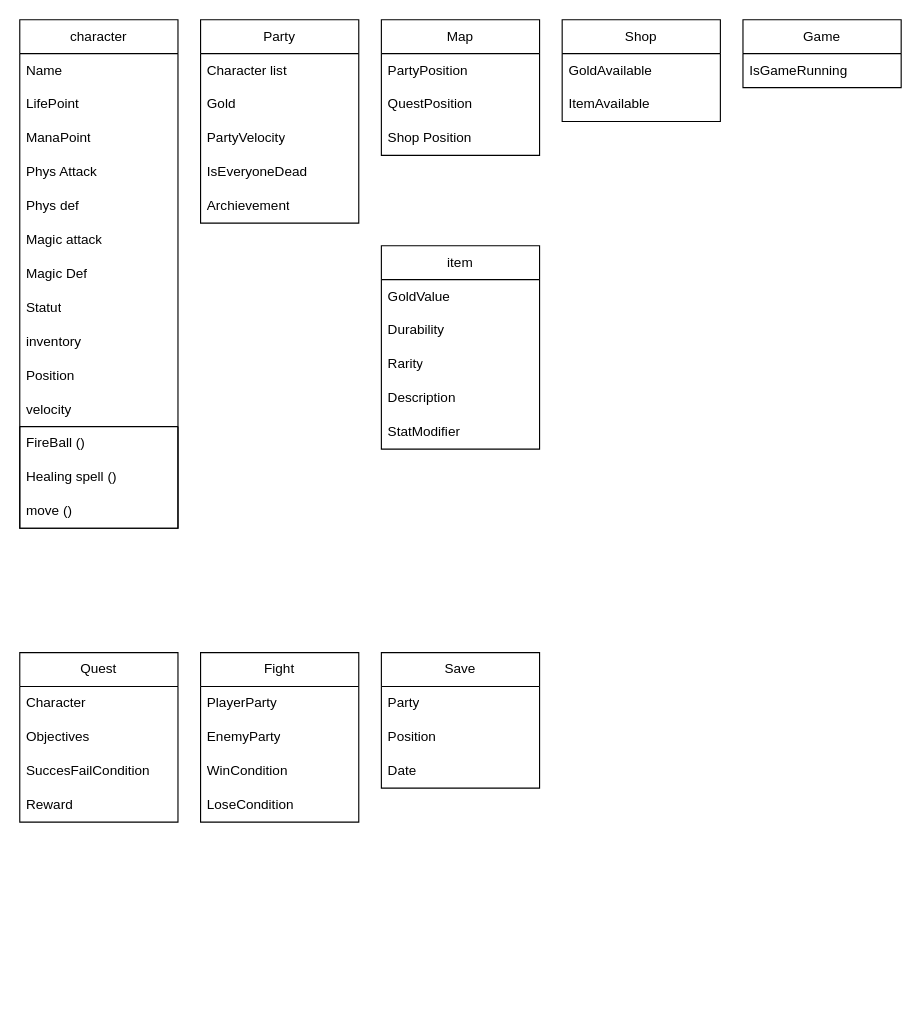
Above: Doc/diagramme des classes.drawio in JordanMufc/POO-STJ (draw.io), before the change. Source tidied: cells renumbered, new cells numbered last; positions are measured from the earlier drawing's top-left corner, leaving out a move shared by most shapes. Both pictures are drawn from the tidied source at 113%, with x=0, y=0 at pixel (19, 19).
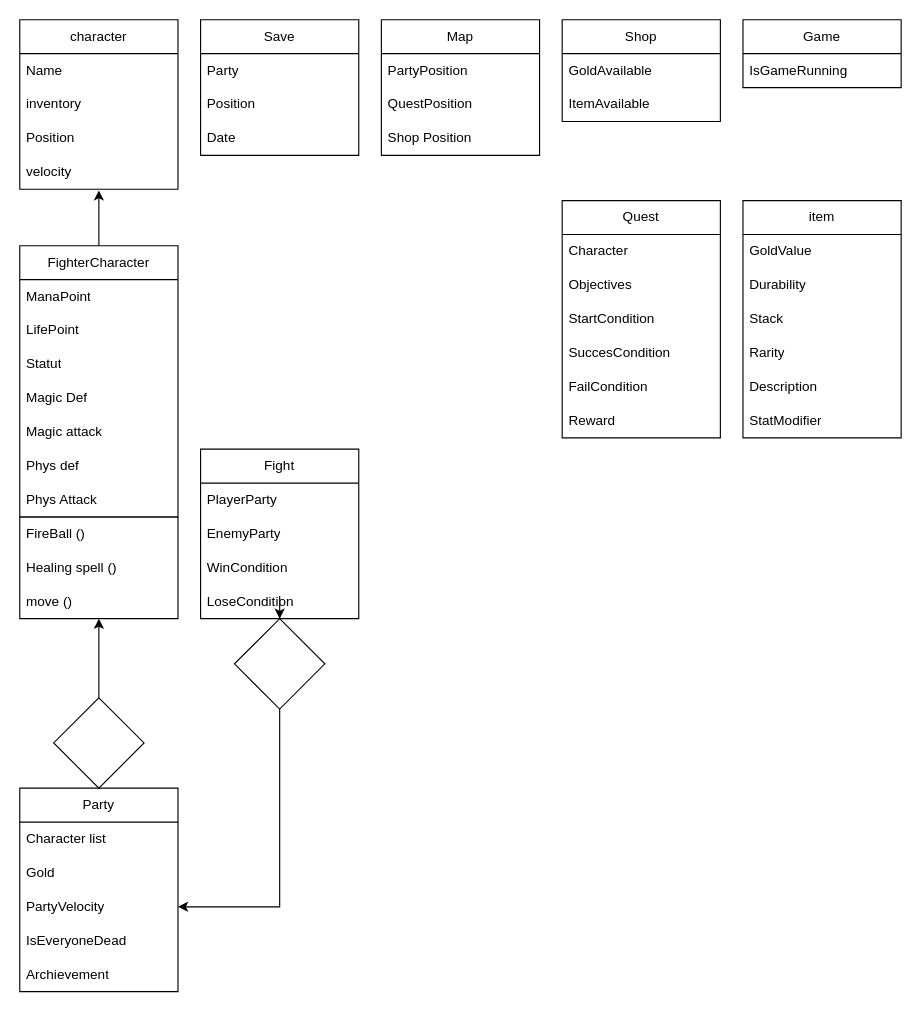
The same page after the edit.

Commit message:
IMP: Diagramme

The change refers to these unchanged cells:
```xml
<mxCell id="46" value="PartyVelocity" style="text;strokeColor=none;fillColor=none;align=left;verticalAlign=middle;spacingLeft=4;spacingRight=4;overflow=hidden;points=[[0,0.5],[1,0.5]];portConstraint=eastwest;whiteSpace=wrap;html=1;" parent="43" vertex="1">
  <mxGeometry y="90" width="140" height="30" as="geometry" />
</mxCell>
```

Change to the diagram source:
```diff
@@
     <mxCell id="2" value="character" style="swimlane;fontStyle=0;horizontal=1;startSize=30;whiteSpace=wrap;html=1;" parent="1" vertex="1">
-      <mxGeometry width="140" height="450" as="geometry" />
+      <mxGeometry width="140" height="150" as="geometry" />
     </mxCell>
@@
-    <mxCell id="4" value="LifePoint" style="text;strokeColor=none;fillColor=none;align=left;verticalAlign=middle;spacingLeft=4;spacingRight=4;overflow=hidden;whiteSpace=wrap;html=1;" parent="2" vertex="1">
-      <mxGeometry y="60" width="140" height="30" as="geometry" />
-    </mxCell>
-    <mxCell id="5" value="ManaPoint" style="text;strokeColor=none;fillColor=none;align=left;verticalAlign=middle;spacingLeft=4;spacingRight=4;overflow=hidden;whiteSpace=wrap;html=1;" parent="2" vertex="1">
-      <mxGeometry y="90" width="140" height="30" as="geometry" />
-    </mxCell>
-    <mxCell id="6" value="Phys Attack" style="text;strokeColor=none;fillColor=none;align=left;verticalAlign=middle;spacingLeft=4;spacingRight=4;overflow=hidden;whiteSpace=wrap;html=1;" parent="2" vertex="1">
-      <mxGeometry y="120" width="140" height="30" as="geometry" />
-    </mxCell>
-    <mxCell id="7" value="Phys def" style="text;strokeColor=none;fillColor=none;align=left;verticalAlign=middle;spacingLeft=4;spacingRight=4;overflow=hidden;whiteSpace=wrap;html=1;" parent="2" vertex="1">
-      <mxGeometry y="150" width="140" height="30" as="geometry" />
-    </mxCell>
-    <mxCell id="8" value="Magic attack" style="text;strokeColor=none;fillColor=none;align=left;verticalAlign=middle;spacingLeft=4;spacingRight=4;overflow=hidden;whiteSpace=wrap;html=1;" parent="2" vertex="1">
-      <mxGeometry y="180" width="140" height="30" as="geometry" />
-    </mxCell>
-    <mxCell id="9" value="Magic Def" style="text;strokeColor=none;fillColor=none;align=left;verticalAlign=middle;spacingLeft=4;spacingRight=4;overflow=hidden;whiteSpace=wrap;html=1;" parent="2" vertex="1">
-      <mxGeometry y="210" width="140" height="30" as="geometry" />
-    </mxCell>
-    <mxCell id="10" value="Statut" style="text;strokeColor=none;fillColor=none;align=left;verticalAlign=middle;spacingLeft=4;spacingRight=4;overflow=hidden;whiteSpace=wrap;html=1;" parent="2" vertex="1">
-      <mxGeometry y="240" width="140" height="30" as="geometry" />
-    </mxCell>
     <mxCell id="11" value="inventory" style="text;strokeColor=none;fillColor=none;align=left;verticalAlign=middle;spacingLeft=4;spacingRight=4;overflow=hidden;whiteSpace=wrap;html=1;" parent="2" vertex="1">
-      <mxGeometry y="270" width="140" height="30" as="geometry" />
+      <mxGeometry y="60" width="140" height="30" as="geometry" />
     </mxCell>
     <mxCell id="12" value="Position" style="text;strokeColor=none;fillColor=none;align=left;verticalAlign=middle;spacingLeft=4;spacingRight=4;overflow=hidden;whiteSpace=wrap;html=1;" parent="2" vertex="1">
-      <mxGeometry y="300" width="140" height="30" as="geometry" />
+      <mxGeometry y="90" width="140" height="30" as="geometry" />
     </mxCell>
     <mxCell id="13" value="velocity" style="text;strokeColor=none;fillColor=none;align=left;verticalAlign=middle;spacingLeft=4;spacingRight=4;overflow=hidden;points=[[0,0.5],[1,0.5]];portConstraint=eastwest;whiteSpace=wrap;html=1;" parent="2" vertex="1">
-      <mxGeometry y="330" width="140" height="30" as="geometry" />
+      <mxGeometry y="120" width="140" height="30" as="geometry" />
     </mxCell>
-    <mxCell id="14" style="swimlane;startSize=0;" parent="2" vertex="1">
-      <mxGeometry y="360" width="140" height="90" as="geometry" />
-    </mxCell>
-    <mxCell id="15" value="FireBall ()" style="text;strokeColor=none;fillColor=none;align=left;verticalAlign=middle;spacingLeft=4;spacingRight=4;overflow=hidden;whiteSpace=wrap;html=1;" parent="14" vertex="1">
-      <mxGeometry width="140" height="30" as="geometry" />
-    </mxCell>
-    <mxCell id="16" value="Healing spell ()" style="text;strokeColor=none;fillColor=none;align=left;verticalAlign=middle;spacingLeft=4;spacingRight=4;overflow=hidden;whiteSpace=wrap;html=1;" parent="14" vertex="1">
-      <mxGeometry y="30" width="140" height="30" as="geometry" />
-    </mxCell>
-    <mxCell id="17" value="move ()" style="text;strokeColor=none;fillColor=none;align=left;verticalAlign=middle;spacingLeft=4;spacingRight=4;overflow=hidden;whiteSpace=wrap;html=1;" parent="14" vertex="1">
-      <mxGeometry y="60" width="80" height="30" as="geometry" />
-    </mxCell>
@@
     <mxCell id="20" value="Quest" style="swimlane;fontStyle=0;horizontal=1;startSize=30;whiteSpace=wrap;html=1;" parent="1" vertex="1">
-      <mxGeometry y="560" width="140" height="150" as="geometry" />
+      <mxGeometry x="480" y="160" width="140" height="210" as="geometry" />
     </mxCell>
@@
+    <mxCell id="53" value="StartCondition" style="text;strokeColor=none;fillColor=none;align=left;verticalAlign=middle;spacingLeft=4;spacingRight=4;overflow=hidden;whiteSpace=wrap;html=1;" parent="20" vertex="1">
+      <mxGeometry y="90" width="140" height="30" as="geometry" />
+    </mxCell>
-    <mxCell id="23" value="SuccesFailCondition" style="text;strokeColor=none;fillColor=none;align=left;verticalAlign=middle;spacingLeft=4;spacingRight=4;overflow=hidden;whiteSpace=wrap;html=1;" parent="20" vertex="1">
-      <mxGeometry y="90" width="140" height="30" as="geometry" />
+    <mxCell id="23" value="SuccesCondition" style="text;strokeColor=none;fillColor=none;align=left;verticalAlign=middle;spacingLeft=4;spacingRight=4;overflow=hidden;whiteSpace=wrap;html=1;" parent="20" vertex="1">
+      <mxGeometry y="120" width="140" height="30" as="geometry" />
     </mxCell>
+    <mxCell id="54" value="FailCondition" style="text;strokeColor=none;fillColor=none;align=left;verticalAlign=middle;spacingLeft=4;spacingRight=4;overflow=hidden;whiteSpace=wrap;html=1;" parent="20" vertex="1">
+      <mxGeometry y="150" width="140" height="30" as="geometry" />
+    </mxCell>
     <mxCell id="24" value="Reward" style="text;strokeColor=none;fillColor=none;align=left;verticalAlign=middle;spacingLeft=4;spacingRight=4;overflow=hidden;whiteSpace=wrap;html=1;" parent="20" vertex="1">
-      <mxGeometry y="120" width="140" height="30" as="geometry" />
+      <mxGeometry y="180" width="140" height="30" as="geometry" />
     </mxCell>
     <mxCell id="25" value="item" style="swimlane;fontStyle=0;horizontal=1;startSize=30;whiteSpace=wrap;html=1;" parent="1" vertex="1">
-      <mxGeometry x="320" y="200" width="140" height="180" as="geometry" />
+      <mxGeometry x="640" y="160" width="140" height="210" as="geometry" />
     </mxCell>
@@
+    <mxCell id="55" value="Stack" style="text;strokeColor=none;fillColor=none;align=left;verticalAlign=middle;spacingLeft=4;spacingRight=4;overflow=hidden;whiteSpace=wrap;html=1;" parent="25" vertex="1">
+      <mxGeometry y="90" width="140" height="30" as="geometry" />
+    </mxCell>
     <mxCell id="28" value="Rarity" style="text;strokeColor=none;fillColor=none;align=left;verticalAlign=middle;spacingLeft=4;spacingRight=4;overflow=hidden;whiteSpace=wrap;html=1;" parent="25" vertex="1">
-      <mxGeometry y="90" width="140" height="30" as="geometry" />
+      <mxGeometry y="120" width="140" height="30" as="geometry" />
     </mxCell>
     <mxCell id="29" value="Description" style="text;strokeColor=none;fillColor=none;align=left;verticalAlign=middle;spacingLeft=4;spacingRight=4;overflow=hidden;whiteSpace=wrap;html=1;" parent="25" vertex="1">
-      <mxGeometry y="120" width="140" height="30" as="geometry" />
+      <mxGeometry y="150" width="140" height="30" as="geometry" />
     </mxCell>
     <mxCell id="30" value="StatModifier" style="text;strokeColor=none;fillColor=none;align=left;verticalAlign=middle;spacingLeft=4;spacingRight=4;overflow=hidden;whiteSpace=wrap;html=1;" parent="25" vertex="1">
-      <mxGeometry y="150" width="140" height="30" as="geometry" />
+      <mxGeometry y="180" width="140" height="30" as="geometry" />
     </mxCell>
+    <mxCell id="56" style="edgeStyle=orthogonalEdgeStyle;rounded=0;jettySize=auto;html=1;" parent="1" edge="1" source="31" target="63">
+      <mxGeometry relative="1" as="geometry" />
+    </mxCell>
     <mxCell id="31" value="Fight" style="swimlane;fontStyle=0;horizontal=1;startSize=30;whiteSpace=wrap;html=1;" parent="1" vertex="1">
-      <mxGeometry x="160" y="560" width="140" height="150" as="geometry" />
+      <mxGeometry x="160" y="380" width="140" height="150" as="geometry" />
     </mxCell>
@@
     <mxCell id="39" value="Save" style="swimlane;fontStyle=0;horizontal=1;startSize=30;whiteSpace=wrap;html=1;" parent="1" vertex="1">
-      <mxGeometry x="320" y="560" width="140" height="120" as="geometry" />
+      <mxGeometry x="160" width="140" height="120" as="geometry" />
     </mxCell>
@@
+    <mxCell id="57" style="edgeStyle=orthogonalEdgeStyle;rounded=0;jettySize=auto;html=1;" parent="1" edge="1" source="43" target="59">
+      <mxGeometry relative="1" as="geometry" />
+    </mxCell>
     <mxCell id="43" value="Party" style="swimlane;fontStyle=0;horizontal=1;startSize=30;whiteSpace=wrap;html=1;" parent="1" vertex="1">
-      <mxGeometry x="160" width="140" height="180" as="geometry" />
+      <mxGeometry y="680" width="140" height="180" as="geometry" />
     </mxCell>
@@
+    <mxCell id="58" value="FighterCharacter" style="swimlane;fontStyle=0;horizontal=1;startSize=30;whiteSpace=wrap;html=1;" parent="1" vertex="1">
+      <mxGeometry y="200" width="140" height="240" as="geometry" />
+    </mxCell>
+    <mxCell id="5" value="ManaPoint" style="text;strokeColor=none;fillColor=none;align=left;verticalAlign=middle;spacingLeft=4;spacingRight=4;overflow=hidden;whiteSpace=wrap;html=1;" parent="58" vertex="1">
+      <mxGeometry y="30" width="140" height="30" as="geometry" />
+    </mxCell>
+    <mxCell id="4" value="LifePoint" style="text;strokeColor=none;fillColor=none;align=left;verticalAlign=middle;spacingLeft=4;spacingRight=4;overflow=hidden;whiteSpace=wrap;html=1;" parent="58" vertex="1">
+      <mxGeometry y="60" width="140" height="30" as="geometry" />
+    </mxCell>
+    <mxCell id="10" value="Statut" style="text;strokeColor=none;fillColor=none;align=left;verticalAlign=middle;spacingLeft=4;spacingRight=4;overflow=hidden;whiteSpace=wrap;html=1;" parent="58" vertex="1">
+      <mxGeometry y="90" width="140" height="30" as="geometry" />
+    </mxCell>
+    <mxCell id="9" value="Magic Def" style="text;strokeColor=none;fillColor=none;align=left;verticalAlign=middle;spacingLeft=4;spacingRight=4;overflow=hidden;whiteSpace=wrap;html=1;" parent="58" vertex="1">
+      <mxGeometry y="120" width="140" height="30" as="geometry" />
+    </mxCell>
+    <mxCell id="8" value="Magic attack" style="text;strokeColor=none;fillColor=none;align=left;verticalAlign=middle;spacingLeft=4;spacingRight=4;overflow=hidden;whiteSpace=wrap;html=1;" parent="58" vertex="1">
+      <mxGeometry y="150" width="140" height="30" as="geometry" />
+    </mxCell>
+    <mxCell id="7" value="Phys def" style="text;strokeColor=none;fillColor=none;align=left;verticalAlign=middle;spacingLeft=4;spacingRight=4;overflow=hidden;whiteSpace=wrap;html=1;" parent="58" vertex="1">
+      <mxGeometry y="180" width="140" height="30" as="geometry" />
+    </mxCell>
+    <mxCell id="6" value="Phys Attack" style="text;strokeColor=none;fillColor=none;align=left;verticalAlign=middle;spacingLeft=4;spacingRight=4;overflow=hidden;whiteSpace=wrap;html=1;" parent="58" vertex="1">
+      <mxGeometry y="210" width="140" height="30" as="geometry" />
+    </mxCell>
+    <mxCell id="59" style="rhombus;whiteSpace=wrap;html=1;fontStyle=0;startSize=30;" parent="1" vertex="1">
+      <mxGeometry x="30" y="600" width="80" height="80" as="geometry" />
+    </mxCell>
+    <mxCell id="60" style="endArrow=classic;html=1;rounded=0;exitX=0.5;exitY=0;exitDx=0;exitDy=0;entryX=0.5;entryY=1;entryDx=0;entryDy=0;" parent="1" edge="1" source="59" target="14">
+      <mxGeometry relative="1" as="geometry" />
+    </mxCell>
+    <mxCell id="14" style="swimlane;startSize=0;" parent="1" vertex="1">
+      <mxGeometry y="440" width="140" height="90" as="geometry" />
+    </mxCell>
+    <mxCell id="15" value="FireBall ()" style="text;strokeColor=none;fillColor=none;align=left;verticalAlign=middle;spacingLeft=4;spacingRight=4;overflow=hidden;whiteSpace=wrap;html=1;" parent="14" vertex="1">
+      <mxGeometry width="140" height="30" as="geometry" />
+    </mxCell>
+    <mxCell id="16" value="Healing spell ()" style="text;strokeColor=none;fillColor=none;align=left;verticalAlign=middle;spacingLeft=4;spacingRight=4;overflow=hidden;whiteSpace=wrap;html=1;" parent="14" vertex="1">
+      <mxGeometry y="30" width="140" height="30" as="geometry" />
+    </mxCell>
+    <mxCell id="17" value="move ()" style="text;strokeColor=none;fillColor=none;align=left;verticalAlign=middle;spacingLeft=4;spacingRight=4;overflow=hidden;whiteSpace=wrap;html=1;" parent="14" vertex="1">
+      <mxGeometry y="60" width="80" height="30" as="geometry" />
+    </mxCell>
+    <mxCell id="61" style="edgeStyle=orthogonalEdgeStyle;rounded=0;jettySize=auto;html=1;entryX=0.5;entryY=1.033;entryDx=0;entryDy=0;entryPerimeter=0;" parent="1" edge="1" source="58" target="13">
+      <mxGeometry relative="1" as="geometry" />
+    </mxCell>
+    <mxCell id="62" style="edgeStyle=orthogonalEdgeStyle;rounded=0;jettySize=auto;html=1;entryX=1;entryY=0.5;entryDx=0;entryDy=0;" parent="1" edge="1" source="63" target="46">
+      <mxGeometry relative="1" as="geometry" />
+    </mxCell>
+    <mxCell id="63" style="rhombus;whiteSpace=wrap;html=1;fontStyle=0;startSize=30;" parent="1" vertex="1">
+      <mxGeometry x="190" y="530" width="80" height="80" as="geometry" />
+    </mxCell>
```
